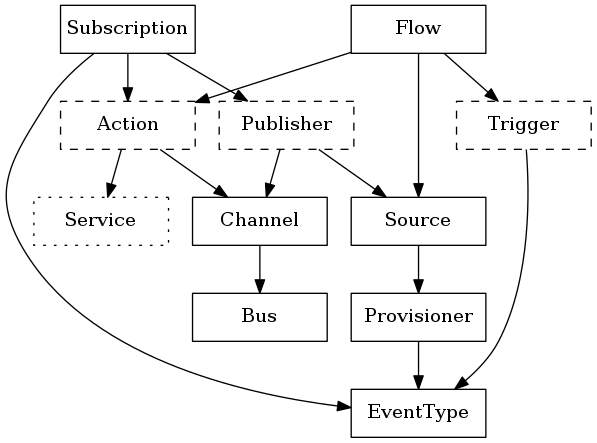
Above: docs/spec/images/overview-reference.png in n3wscott/eventing (Graphviz), before the change. Its source is kept beside it as docs/spec/images/overview-reference.dot.
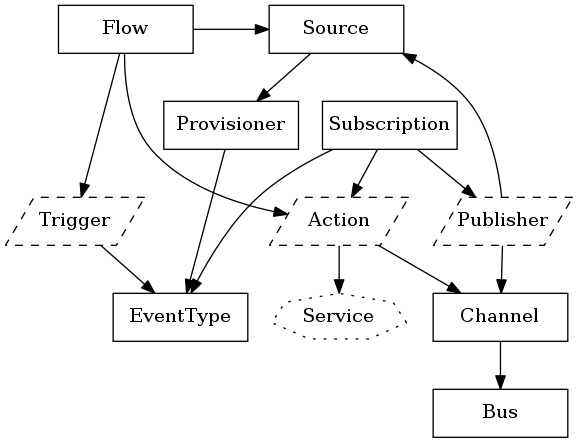
Above is the later version.

Diff of the diagram source:
```diff
@@ -2,16 +2,19 @@
   dir=TB;
   node [shape=rectangle; width=1.4; height=.5; fixedsize=true;]
 
-  Flow;
-  Source;
+  subgraph cluster_A {
+    Flow;
+    Source;
+  }
+
   Provisioner;
   EventType;
 
-  Publisher [style=dashed];
-  Action [style=dashed];
-  Trigger [style=dashed];
+  Publisher [shape=parallelogram; style=dashed];
+  Action [shape=parallelogram; style=dashed];
+  Trigger [shape=parallelogram; style=dashed];
 
-  Service [style=dotted];
+  Service [shape=septagon; style=dotted];
 
   Bus;
   Channel;
@@ -38,6 +41,10 @@
   Publisher -> Source;
   Publisher -> Channel;
 
+  Source -> Subscription [style=invis];
+
+  {rank=min; Source, Flow};
+  {rank=same; Provisioner, Subscription};
   {rank=same; Publisher, Action, Trigger};
 
 }
```
